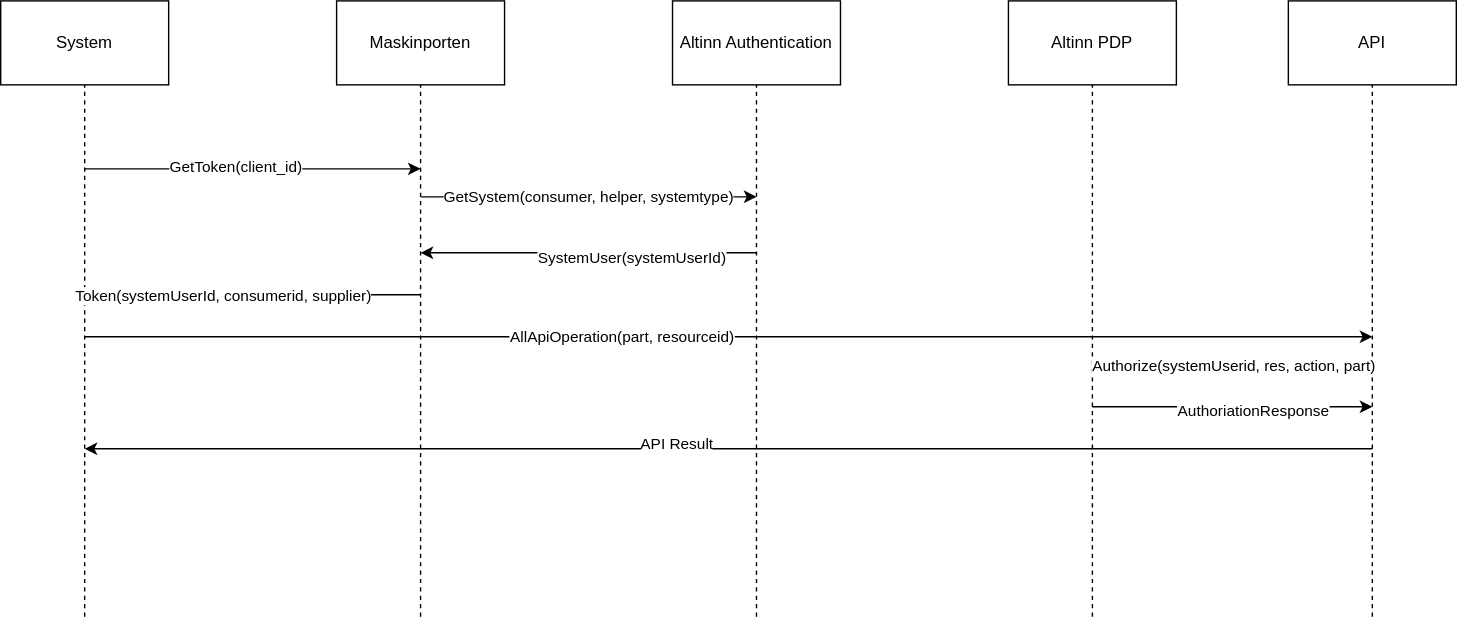
Altinn/altinn-studio-docs keeps this draw.io diagram as content/authentication/systemauthenticationflow.drawio.svg. Above is the earlier version. Source tidied: cells renumbered, new cells last; positions are measured from the earlier drawing's top-left corner, leaving out a move shared by most shapes.
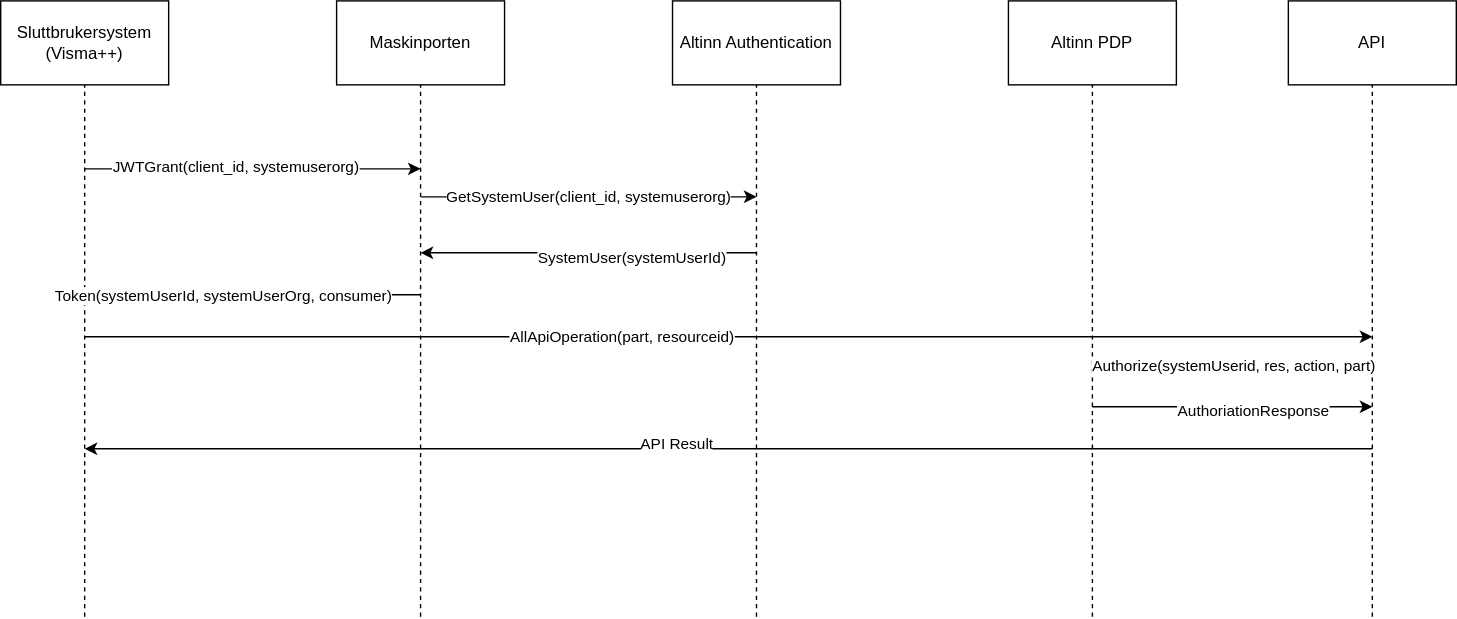
After the change.

Diff of the diagram source:
```diff
@@ -2,7 +2,7 @@
   <root>
     <mxCell id="0" />
     <mxCell id="1" parent="0" />
-    <mxCell id="2" value="System" style="rounded=0;whiteSpace=wrap;html=1;" parent="1" vertex="1">
+    <mxCell id="2" value="Sluttbrukersystem&lt;br&gt;(Visma++)" style="rounded=0;whiteSpace=wrap;html=1;" parent="1" vertex="1">
       <mxGeometry width="120" height="60" as="geometry" />
     </mxCell>
     <mxCell id="3" value="Maskinporten" style="rounded=0;whiteSpace=wrap;html=1;" parent="1" vertex="1">
@@ -28,7 +28,7 @@
         <mxPoint x="300" y="120" as="targetPoint" />
       </mxGeometry>
     </mxCell>
-    <mxCell id="9" value="GetToken(client_id)" style="edgeLabel;html=1;align=center;verticalAlign=middle;" parent="8" vertex="1">
+    <mxCell id="9" value="JWTGrant(client_id, systemuserorg)" style="edgeLabel;html=1;align=center;verticalAlign=middle;" parent="8" vertex="1">
       <mxGeometry x="-0.11" y="2" relative="1" as="geometry" />
     </mxCell>
     <mxCell id="10" style="endArrow=none;dashed=1;html=1;entryX=0.5;entryY=1;entryDx=0;entryDy=0;" parent="1" edge="1" target="3">
@@ -41,7 +41,7 @@
         <mxPoint x="540" y="440" as="sourcePoint" />
       </mxGeometry>
     </mxCell>
-    <mxCell id="12" value="GetSystem(consumer, helper, systemtype)" style="endArrow=classic;html=1;" parent="1" edge="1">
+    <mxCell id="12" value="GetSystemUser(client_id, systemuserorg)" style="endArrow=classic;html=1;" parent="1" edge="1">
       <mxGeometry relative="1" as="geometry">
         <mxPoint x="300" y="140" as="sourcePoint" />
         <mxPoint x="540" y="140" as="targetPoint" />
@@ -62,7 +62,7 @@
         <mxPoint x="60" y="210" as="targetPoint" />
       </mxGeometry>
     </mxCell>
-    <mxCell id="16" value="Token(systemUserId, consumerid, supplier)" style="edgeLabel;html=1;align=center;verticalAlign=middle;" parent="15" vertex="1">
+    <mxCell id="16" value="Token(systemUserId, systemUserOrg, consumer)" style="edgeLabel;html=1;align=center;verticalAlign=middle;" parent="15" vertex="1">
       <mxGeometry x="0.19" relative="1" as="geometry" />
     </mxCell>
     <mxCell id="17" style="endArrow=none;dashed=1;html=1;entryX=0.5;entryY=1;entryDx=0;entryDy=0;" parent="1" edge="1" target="6">
```
